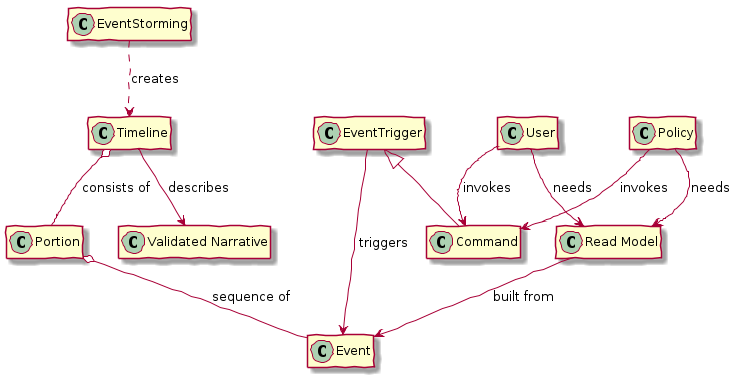
Above: event-storming.png in cer/event-storming-model (PlantUML), before the change.
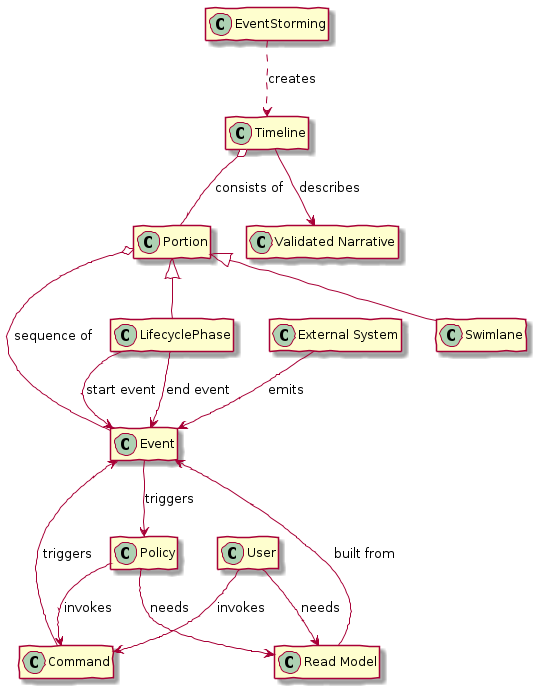
Above is the later version.

Diff of the diagram source:
```diff
@@ -11,8 +11,6 @@
 
 class Event
 
-class EventTrigger
-
 class Command
 
 class User
@@ -21,11 +19,15 @@
 
 Timeline o-- Portion : consists of
 
+Portion <|-- Swimlane
+Portion <|-- LifecyclePhase
+
+LifecyclePhase --> Event : start event
+LifecyclePhase --> Event : end event
+
 Portion o-- Event : sequence of
 
-EventTrigger --> Event : triggers
-
-EventTrigger <|-- Command
+Command --> Event : triggers
 
 User --> Command : invokes
 
@@ -38,4 +40,8 @@
 
 Timeline --> "Validated Narrative" : describes
 
+Event --> Policy : triggers
+
+"External System" --> Event : emits
+
 @enduml
```
